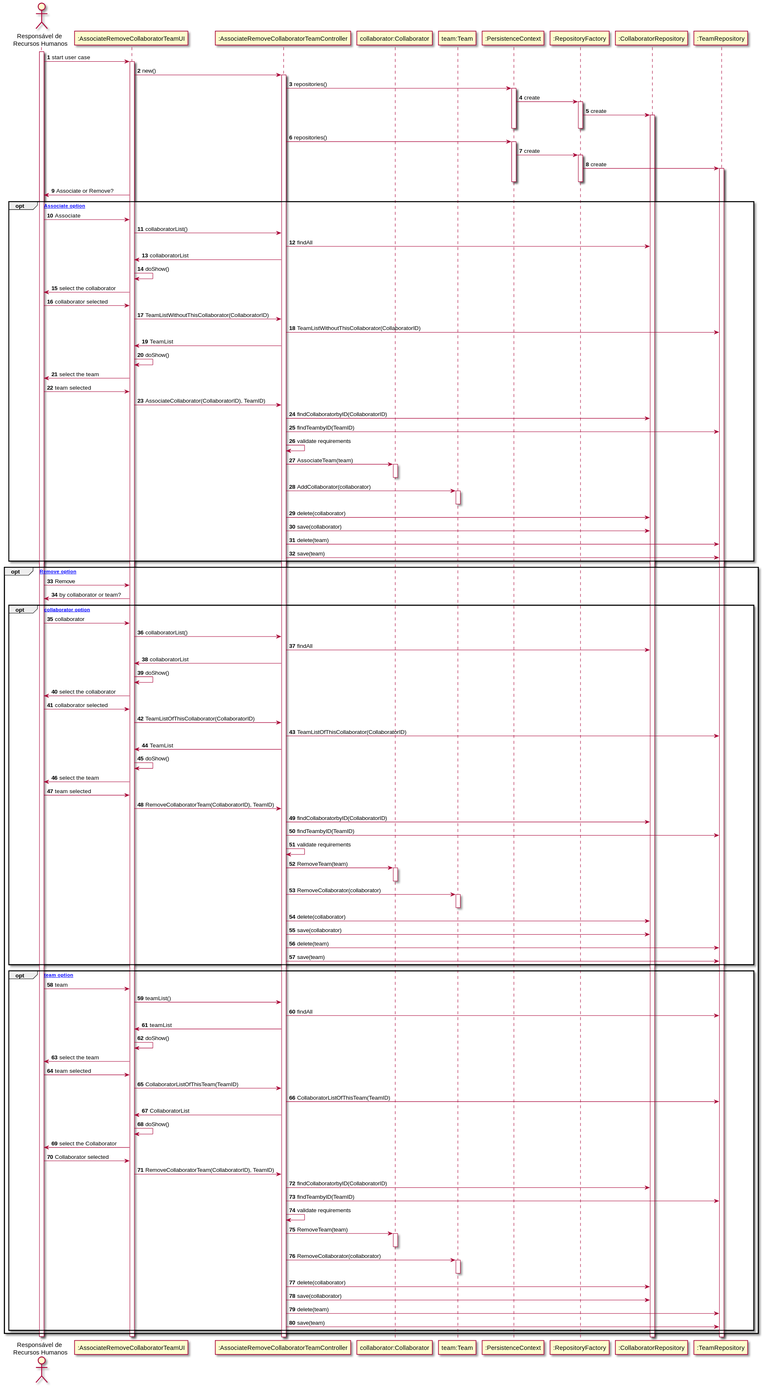
The PlantUML diagram Documents/UC2053-AssociacaoRemocaoColaboradorEquipa/2053_AssociacaoRemocaoColaboradorEquipa.svg in antoniomsbarros/Lapr4, before a commit.
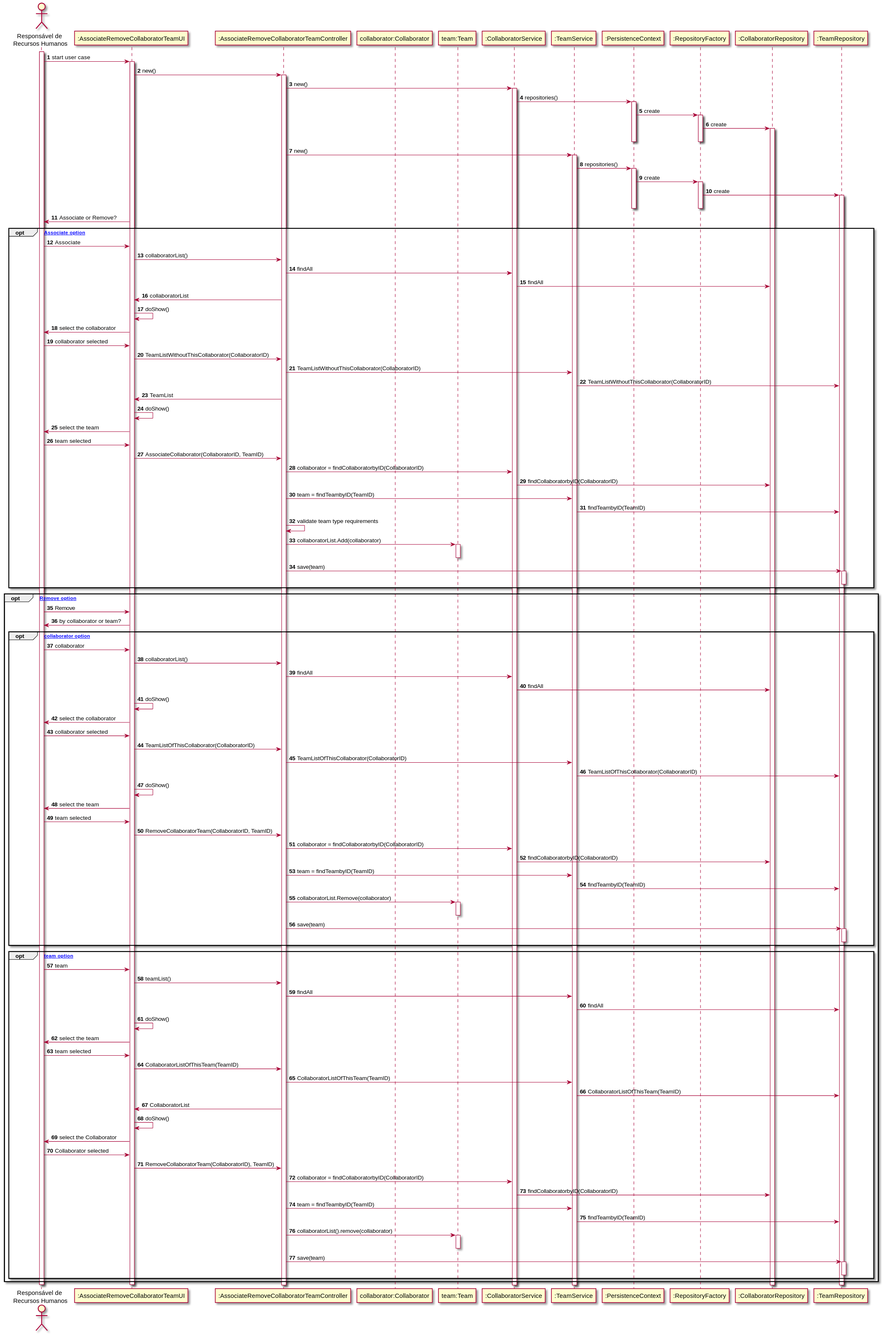
Above is the later version.

What changed in the source:
```diff
@@ -6,6 +6,8 @@
 participant ":AssociateRemoveCollaboratorTeamController" as CTRL
 participant "collaborator:Collaborator" as COLLABORATOR
 participant "team:Team" as TEAM
+participant ":CollaboratorService" as COLLABORATOR_SERVICE
+participant ":TeamService" as TEAM_SERVICE
 participant ":PersistenceContext" as PERSISTENCE
 participant ":RepositoryFactory" as REP
 participant ":CollaboratorRepository" as COLLABORATOR_REP
@@ -16,7 +18,9 @@
 activate UI
 UI -> CTRL: new()
 activate CTRL
-CTRL -> PERSISTENCE: repositories()
+CTRL -> COLLABORATOR_SERVICE: new()
+activate COLLABORATOR_SERVICE
+COLLABORATOR_SERVICE -> PERSISTENCE: repositories()
 activate PERSISTENCE
 PERSISTENCE -> REP: create
 activate REP
@@ -25,8 +29,9 @@
 activate COLLABORATOR_REP
 deactivate PERSISTENCE
 deactivate REP
-
-CTRL -> PERSISTENCE: repositories()
+CTRL -> TEAM_SERVICE: new()
+activate TEAM_SERVICE
+TEAM_SERVICE -> PERSISTENCE: repositories()
 activate PERSISTENCE
 PERSISTENCE -> REP: create
 activate REP
@@ -41,34 +46,34 @@
 OPT [        Associate option]
 RRH -> UI: Associate
 UI -> CTRL: collaboratorList()
-CTRL -> COLLABORATOR_REP: findAll
+CTRL -> COLLABORATOR_SERVICE: findAll
+COLLABORATOR_SERVICE -> COLLABORATOR_REP: findAll
 CTRL -> UI: collaboratorList
 UI -> UI: doShow()
 UI -> RRH: select the collaborator
 RRH -> UI: collaborator selected
 
 UI -> CTRL: TeamListWithoutThisCollaborator(CollaboratorID)
-CTRL -> TEAM_REP: TeamListWithoutThisCollaborator(CollaboratorID)
+CTRL -> TEAM_SERVICE: TeamListWithoutThisCollaborator(CollaboratorID)
+TEAM_SERVICE -> TEAM_REP: TeamListWithoutThisCollaborator(CollaboratorID)
 CTRL -> UI: TeamList
 UI -> UI: doShow()
 UI -> RRH: select the team
 RRH -> UI: team selected
-UI -> CTRL: AssociateCollaborator(CollaboratorID), TeamID)
-CTRL -> COLLABORATOR_REP: findCollaboratorbyID(CollaboratorID)
-CTRL -> TEAM_REP: findTeambyID(TeamID)
-CTRL -> CTRL: validate requirements
+UI -> CTRL: AssociateCollaborator(CollaboratorID, TeamID)
+CTRL -> COLLABORATOR_SERVICE: collaborator = findCollaboratorbyID(CollaboratorID)
+COLLABORATOR_SERVICE -> COLLABORATOR_REP: findCollaboratorbyID(CollaboratorID)
+CTRL -> TEAM_SERVICE: team = findTeambyID(TeamID)
+TEAM_SERVICE -> TEAM_REP: findTeambyID(TeamID)
+CTRL -> CTRL: validate team type requirements
 
-CTRL -> COLLABORATOR: AssociateTeam(team)
-activate COLLABORATOR
-deactivate COLLABORATOR
-CTRL -> TEAM: AddCollaborator(collaborator)
+CTRL -> TEAM: collaboratorList.Add(collaborator)
 activate TEAM
 deactivate TEAM
-CTRL -> COLLABORATOR_REP: delete(collaborator)
-CTRL -> COLLABORATOR_REP: save(collaborator)
 
-CTRL -> TEAM_REP: delete(team)
 CTRL -> TEAM_REP: save(team)
+activate TEAM_REP
+deactivate TEAM_REP
 end OPT
 
 
@@ -80,68 +85,62 @@
 RRH -> UI: collaborator
 UI -> CTRL: collaboratorList()
 
-CTRL -> COLLABORATOR_REP: findAll
-CTRL -> UI: collaboratorList
+CTRL -> COLLABORATOR_SERVICE: findAll
+COLLABORATOR_SERVICE -> COLLABORATOR_REP: findAll
 UI -> UI: doShow()
 UI -> RRH: select the collaborator
 RRH -> UI: collaborator selected
 
 UI -> CTRL: TeamListOfThisCollaborator(CollaboratorID)
-CTRL -> TEAM_REP: TeamListOfThisCollaborator(CollaboratorID)
-CTRL -> UI: TeamList
+CTRL -> TEAM_SERVICE: TeamListOfThisCollaborator(CollaboratorID)
+TEAM_SERVICE -> TEAM_REP: TeamListOfThisCollaborator(CollaboratorID)
 UI -> UI: doShow()
 UI -> RRH: select the team
 RRH -> UI: team selected
-UI -> CTRL: RemoveCollaboratorTeam(CollaboratorID), TeamID)
-CTRL -> COLLABORATOR_REP: findCollaboratorbyID(CollaboratorID)
-CTRL -> TEAM_REP: findTeambyID(TeamID)
-CTRL -> CTRL: validate requirements
+UI -> CTRL: RemoveCollaboratorTeam(CollaboratorID, TeamID)
+CTRL -> COLLABORATOR_SERVICE: collaborator = findCollaboratorbyID(CollaboratorID)
+COLLABORATOR_SERVICE -> COLLABORATOR_REP: findCollaboratorbyID(CollaboratorID)
+CTRL -> TEAM_SERVICE: team = findTeambyID(TeamID)
+TEAM_SERVICE -> TEAM_REP: findTeambyID(TeamID)
 
-CTRL -> COLLABORATOR: RemoveTeam(team)
-activate COLLABORATOR
-deactivate COLLABORATOR
-CTRL -> TEAM: RemoveCollaborator(collaborator)
+CTRL -> TEAM: collaboratorList.Remove(collaborator)
 activate TEAM
 deactivate TEAM
-CTRL -> COLLABORATOR_REP: delete(collaborator)
-CTRL -> COLLABORATOR_REP: save(collaborator)
-
-CTRL -> TEAM_REP: delete(team)
 CTRL -> TEAM_REP: save(team)
+activate TEAM_REP
+deactivate TEAM_REP
 end OPT
 
 OPT [        team option]
 RRH -> UI: team
 UI -> CTRL: teamList()
 
-CTRL -> TEAM_REP: findAll
-CTRL -> UI: teamList
+CTRL -> TEAM_SERVICE: findAll
+TEAM_SERVICE -> TEAM_REP: findAll
 UI -> UI: doShow()
 UI -> RRH: select the team
 RRH -> UI: team selected
 
 UI -> CTRL: CollaboratorListOfThisTeam(TeamID)
-CTRL -> TEAM_REP: CollaboratorListOfThisTeam(TeamID)
+CTRL -> TEAM_SERVICE: CollaboratorListOfThisTeam(TeamID)
+TEAM_SERVICE -> TEAM_REP: CollaboratorListOfThisTeam(TeamID)
 CTRL -> UI: CollaboratorList
 UI -> UI: doShow()
 UI -> RRH: select the Collaborator
 RRH -> UI: Collaborator selected
 UI -> CTRL: RemoveCollaboratorTeam(CollaboratorID), TeamID)
-CTRL -> COLLABORATOR_REP: findCollaboratorbyID(CollaboratorID)
-CTRL -> TEAM_REP: findTeambyID(TeamID)
-CTRL -> CTRL: validate requirements
+CTRL -> COLLABORATOR_SERVICE: collaborator = findCollaboratorbyID(CollaboratorID)
+COLLABORATOR_SERVICE -> COLLABORATOR_REP: findCollaboratorbyID(CollaboratorID)
+CTRL -> TEAM_SERVICE: team = findTeambyID(TeamID)
+TEAM_SERVICE -> TEAM_REP: findTeambyID(TeamID)
 
-CTRL -> COLLABORATOR: RemoveTeam(team)
-activate COLLABORATOR
-deactivate COLLABORATOR
-CTRL -> TEAM: RemoveCollaborator(collaborator)
+CTRL -> TEAM: collaboratorList().remove(collaborator)
 activate TEAM
 deactivate TEAM
-CTRL -> COLLABORATOR_REP: delete(collaborator)
-CTRL -> COLLABORATOR_REP: save(collaborator)
 
-CTRL -> TEAM_REP: delete(team)
 CTRL -> TEAM_REP: save(team)
+activate TEAM_REP
+deactivate TEAM_REP
 end OPT
 end OPT
 
```
